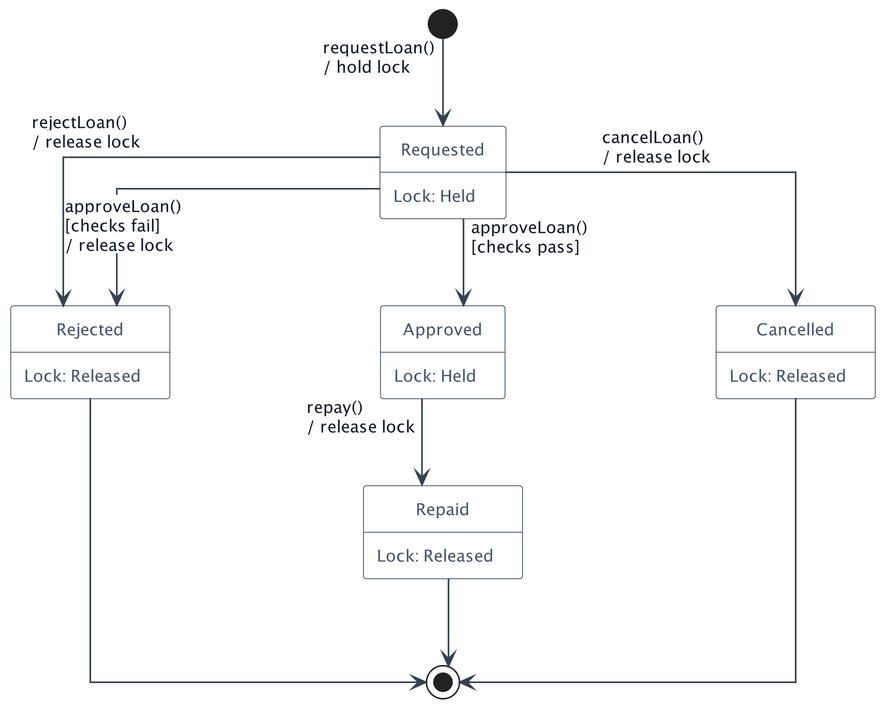
This is docs/figures/06-loan-state-machine.png from Alan42x/proofestate, a PlantUML export, as it was before one commit. Its diagram source:
```plantuml
@startuml

scale 3

skinparam backgroundColor #FFFFFF
skinparam defaultFontName "DejaVu Sans"
skinparam defaultFontSize 13
skinparam defaultTextAlignment center
skinparam shadowing false
skinparam linetype ortho
skinparam stateDiagramEdgeLabelStyle node
skinparam roundcorner 4
skinparam padding 4
skinparam nodesep 140
skinparam ranksep 58
skinparam ArrowColor #374151
skinparam ArrowThickness 1.1
skinparam ArrowFontColor #111827
skinparam ArrowFontSize 11
skinparam StateBorderColor #334155
skinparam StateBackgroundColor #FFFFFF
skinparam StateFontColor #111827
skinparam StateFontSize 13
skinparam StateFontStyle bold
skinparam StateAttributeFontSize 11
skinparam StateAttributeFontStyle plain
skinparam StateAttributeFontColor #475569
skinparam StateStartColor #111827
skinparam StateEndColor #111827
skinparam StateMessageAlignment left
skinparam NoteBorderColor #94a3b8
skinparam NoteBackgroundColor #FFFFFF
skinparam NoteFontColor #374151
skinparam NoteFontSize 8
skinparam NoteFontStyle plain
skinparam state {
  BackgroundColor #FFFFFF
  BorderColor #334155
  FontColor #111827
  FontSize 13
  FontStyle bold
  AttributeFontSize 11
  AttributeFontStyle plain
  AttributeFontColor #475569
  RoundCorner 4
}

top to bottom direction

state Final <<end>>

state Requested
Requested : Lock: Held

state Approved
Approved : Lock: Held

state Repaid
Repaid : Lock: Released

state Rejected
Rejected : Lock: Released

state Cancelled
Cancelled : Lock: Released

[*] -down-> Requested : requestLoan()\n/ hold lock

Requested -down-> Approved : approveLoan()\n[checks pass]
Approved -down-> Repaid : repay()\n/ release lock
Repaid -down-> Final

Requested -down-> Rejected : <back:#FFFFFF>approveLoan()</back>\n<back:#FFFFFF>[checks fail]</back>\n<back:#FFFFFF>/ release lock</back>
Requested -down-> Rejected : <back:#FFFFFF>rejectLoan()</back>\n<back:#FFFFFF>/ release lock</back>
Requested -down-> Cancelled : cancelLoan()\n/ release lock

Rejected -down-> Final
Cancelled -down-> Final

Requested -[hidden]down-> Approved
Approved -[hidden]down-> Repaid
Repaid -[hidden]down-> Final
Rejected -[hidden]right-> Approved
Approved -[hidden]right-> Cancelled


@enduml
```
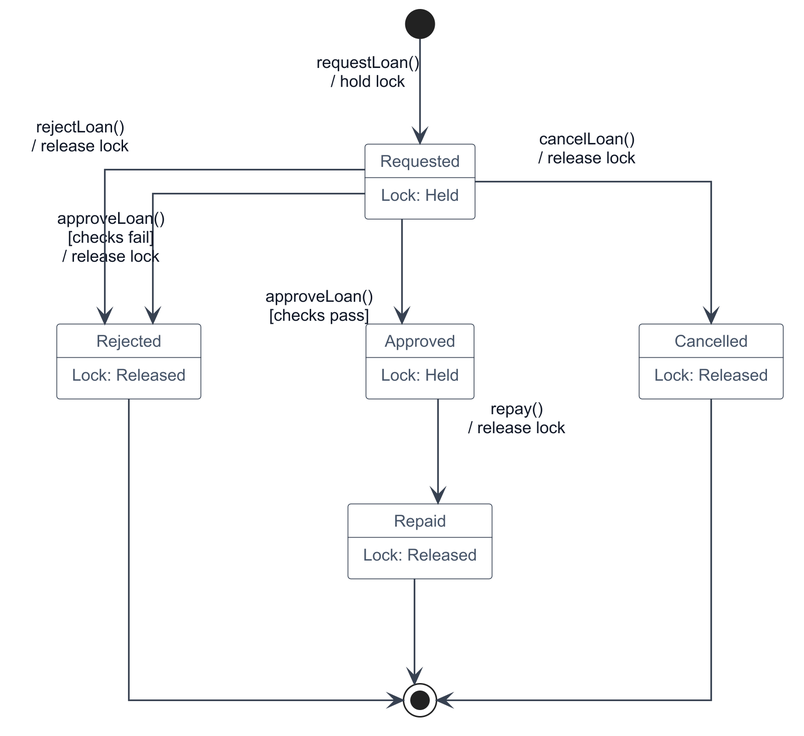
Later version of the same file.

Change to the diagram source:
```diff
@@ -3,36 +3,34 @@
 scale 3
 
 skinparam backgroundColor #FFFFFF
-skinparam defaultFontName "DejaVu Sans"
+skinparam defaultFontName "Arial"
 skinparam defaultFontSize 13
 skinparam defaultTextAlignment center
 skinparam shadowing false
 skinparam linetype ortho
-skinparam stateDiagramEdgeLabelStyle node
 skinparam roundcorner 4
-skinparam padding 4
-skinparam nodesep 140
-skinparam ranksep 58
+
+skinparam nodesep 110
+skinparam ranksep 70
+
 skinparam ArrowColor #374151
 skinparam ArrowThickness 1.1
 skinparam ArrowFontColor #111827
 skinparam ArrowFontSize 11
+
 skinparam StateBorderColor #334155
 skinparam StateBackgroundColor #FFFFFF
 skinparam StateFontColor #111827
 skinparam StateFontSize 13
 skinparam StateFontStyle bold
+
 skinparam StateAttributeFontSize 11
 skinparam StateAttributeFontStyle plain
 skinparam StateAttributeFontColor #475569
+
 skinparam StateStartColor #111827
 skinparam StateEndColor #111827
-skinparam StateMessageAlignment left
-skinparam NoteBorderColor #94a3b8
-skinparam NoteBackgroundColor #FFFFFF
-skinparam NoteFontColor #374151
-skinparam NoteFontSize 8
-skinparam NoteFontStyle plain
+
 skinparam state {
   BackgroundColor #FFFFFF
   BorderColor #334155
@@ -45,6 +43,14 @@
   RoundCorner 4
 }
 
+skinparam note {
+  BackgroundColor transparent
+  BorderColor transparent
+  FontColor #111827
+  FontName "Arial"
+  FontSize 11
+}
+
 top to bottom direction
 
 state Final <<end>>
@@ -52,36 +58,68 @@
 state Requested
 Requested : Lock: Held
 
+state Rejected
+Rejected : Lock: Released
+
 state Approved
 Approved : Lock: Held
+
+state Cancelled
+Cancelled : Lock: Released
 
 state Repaid
 Repaid : Lock: Released
 
-state Rejected
-Rejected : Lock: Released
 
-state Cancelled
-Cancelled : Lock: Released
-
-[*] -down-> Requested : requestLoan()\n/ hold lock
-
-Requested -down-> Approved : approveLoan()\n[checks pass]
-Approved -down-> Repaid : repay()\n/ release lock
-Repaid -down-> Final
-
-Requested -down-> Rejected : <back:#FFFFFF>approveLoan()</back>\n<back:#FFFFFF>[checks fail]</back>\n<back:#FFFFFF>/ release lock</back>
-Requested -down-> Rejected : <back:#FFFFFF>rejectLoan()</back>\n<back:#FFFFFF>/ release lock</back>
-Requested -down-> Cancelled : cancelLoan()\n/ release lock
-
-Rejected -down-> Final
-Cancelled -down-> Final
+Rejected -[hidden]right-> Approved
+Approved -[hidden]right-> Cancelled
 
 Requested -[hidden]down-> Approved
 Approved -[hidden]down-> Repaid
 Repaid -[hidden]down-> Final
-Rejected -[hidden]right-> Approved
-Approved -[hidden]right-> Cancelled
 
 
+[*] -down-> Requested : requestLoan()\n/ hold lock
+
+
+Requested -down-> Approved
+note right on link
+approveLoan()
+[checks pass]
+end note
+
+
+Requested -down-> Rejected
+note left on link
+approveLoan()
+[checks fail]
+/ release lock
+end note
+
+
+Requested -[norank]-> Rejected
+note left on link
+rejectLoan()
+/ release lock
+end note
+
+
+Requested -[norank]-> Cancelled
+note right on link
+cancelLoan()
+/ release lock
+end note
+
+
+Approved -down-> Repaid
+note right on link
+repay()
+/ release lock
+end note
+
+
+Rejected -[norank]-> Final
+Repaid -down-> Final
+Cancelled -[norank]-> Final
+
 @enduml
```
